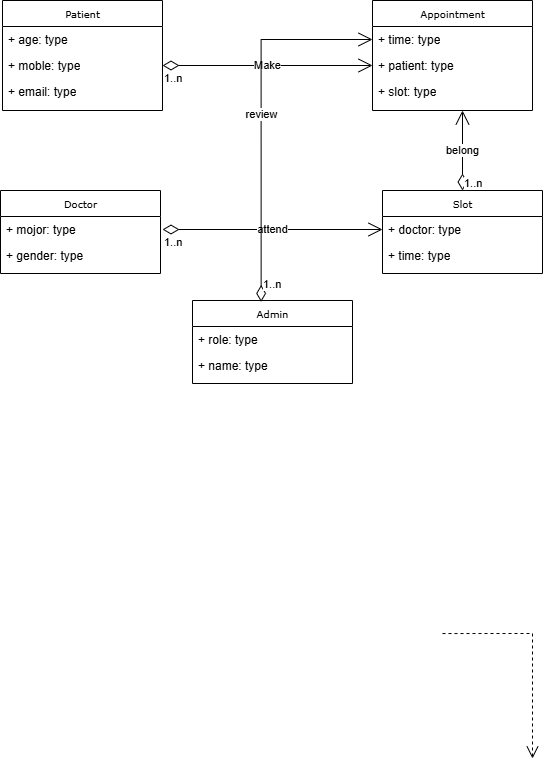
Earlier version of the draw.io export MSE800/weekactivity/week5activity4_class_diagram.drawio.png (Shawn-Xi/MSE). Source tidied: cells renumbered, new cells last; positions are measured from the earlier drawing's top-left corner, leaving out a move shared by most shapes.
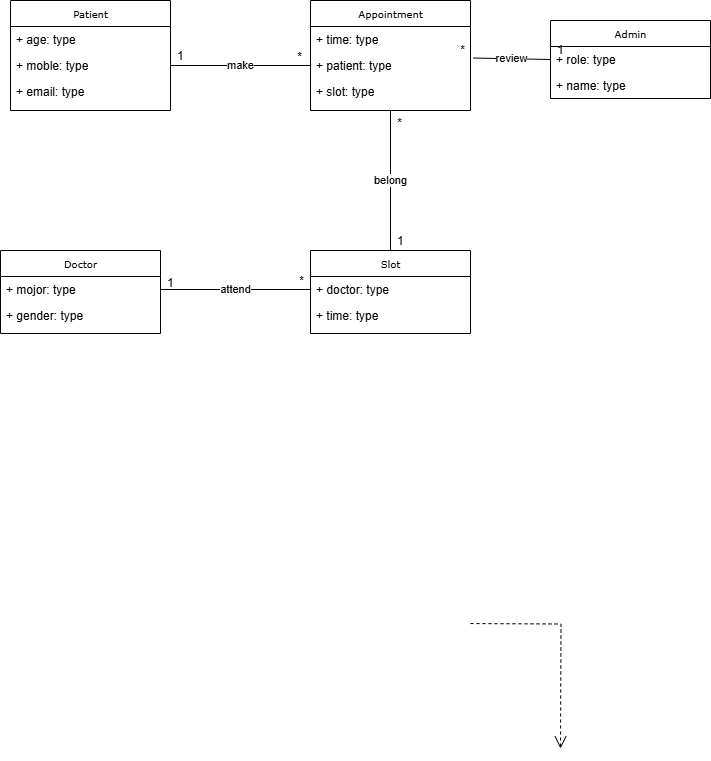
Above is the later version.

Commit message:
MSE800 week5 activity4

Diff of the diagram source:
```diff
@@ -9,7 +9,7 @@
       </mxGeometry>
     </mxCell>
     <mxCell id="3" value="Patient" style="swimlane;html=1;fontStyle=0;horizontal=1;startSize=26;fillColor=none;swimlaneFillColor=#ffffff;rounded=0;shadow=0;comic=0;labelBackgroundColor=none;strokeWidth=1;fontFamily=Verdana;fontSize=10;align=center;" parent="1" vertex="1">
-      <mxGeometry x="2" width="160" height="110" as="geometry" />
+      <mxGeometry x="-18" y="10" width="160" height="110" as="geometry" />
     </mxCell>
     <mxCell id="4" value="+ age: type" style="text;html=1;strokeColor=none;fillColor=none;align=left;verticalAlign=top;spacingLeft=4;spacingRight=4;whiteSpace=wrap;overflow=hidden;" parent="3" vertex="1">
       <mxGeometry y="26" width="160" height="26" as="geometry" />
@@ -21,7 +21,7 @@
       <mxGeometry y="78" width="160" height="26" as="geometry" />
     </mxCell>
     <mxCell id="7" value="Appointment" style="swimlane;html=1;fontStyle=0;horizontal=1;startSize=26;fillColor=none;swimlaneFillColor=#ffffff;rounded=0;shadow=0;comic=0;labelBackgroundColor=none;strokeWidth=1;fontFamily=Verdana;fontSize=10;align=center;" parent="1" vertex="1">
-      <mxGeometry x="372" width="160" height="110" as="geometry" />
+      <mxGeometry x="282" y="10" width="160" height="110" as="geometry" />
     </mxCell>
     <mxCell id="8" value="+ time: type" style="text;html=1;strokeColor=none;fillColor=none;align=left;verticalAlign=top;spacingLeft=4;spacingRight=4;whiteSpace=wrap;overflow=hidden;points=[[0,0.5],[1,0.5]];portConstraint=eastwest;" parent="7" vertex="1">
       <mxGeometry y="26" width="160" height="26" as="geometry" />
@@ -32,13 +32,13 @@
     <mxCell id="10" value="+ slot: type" style="text;html=1;strokeColor=none;fillColor=none;align=left;verticalAlign=top;spacingLeft=4;spacingRight=4;whiteSpace=wrap;overflow=hidden;" parent="7" vertex="1">
       <mxGeometry y="78" width="160" height="26" as="geometry" />
     </mxCell>
-    <mxCell id="11" style="edgeStyle=orthogonalEdgeStyle;rounded=0;html=1;dashed=1;labelBackgroundColor=none;startFill=0;endArrow=open;endFill=0;endSize=10;fontFamily=Verdana;fontSize=10;" parent="1" edge="1" target="x">
+    <mxCell id="11" style="edgeStyle=orthogonalEdgeStyle;rounded=0;html=1;dashed=1;labelBackgroundColor=none;startFill=0;endArrow=open;endFill=0;endSize=10;fontFamily=Verdana;fontSize=10;" parent="1" edge="1">
       <mxGeometry relative="1" as="geometry">
         <mxPoint x="532" y="868" as="sourcePoint" />
       </mxGeometry>
     </mxCell>
     <mxCell id="12" value="Doctor" style="swimlane;html=1;fontStyle=0;horizontal=1;startSize=26;fillColor=none;swimlaneFillColor=#ffffff;rounded=0;shadow=0;comic=0;labelBackgroundColor=none;strokeWidth=1;fontFamily=Verdana;fontSize=10;align=center;" parent="1" vertex="1">
-      <mxGeometry y="190" width="160" height="83" as="geometry" />
+      <mxGeometry x="-28" y="260" width="160" height="83" as="geometry" />
     </mxCell>
     <mxCell id="13" value="+ mojor: type" style="text;html=1;strokeColor=none;fillColor=none;align=left;verticalAlign=top;spacingLeft=4;spacingRight=4;whiteSpace=wrap;overflow=hidden;points=[[0,0.5],[1,0.5]];portConstraint=eastwest;" parent="12" vertex="1">
       <mxGeometry y="26" width="160" height="26" as="geometry" />
@@ -46,7 +46,7 @@
     <mxCell id="14" value="+ gender: type" style="text;html=1;strokeColor=none;fillColor=none;align=left;verticalAlign=top;spacingLeft=4;spacingRight=4;whiteSpace=wrap;overflow=hidden;" parent="12" vertex="1">
       <mxGeometry y="52" width="160" height="26" as="geometry" />
     </mxCell>
-    <mxCell id="15" style="edgeStyle=orthogonalEdgeStyle;rounded=0;html=1;dashed=1;labelBackgroundColor=none;startFill=0;endArrow=open;endFill=0;endSize=10;fontFamily=Verdana;fontSize=10;" parent="1" edge="1" target="x">
+    <mxCell id="15" style="edgeStyle=orthogonalEdgeStyle;rounded=0;html=1;dashed=1;labelBackgroundColor=none;startFill=0;endArrow=open;endFill=0;endSize=10;fontFamily=Verdana;fontSize=10;" parent="1" edge="1">
       <mxGeometry relative="1" as="geometry">
         <mxPoint x="347" y="883" as="sourcePoint" />
         <Array as="points">
@@ -55,7 +55,7 @@
         </Array>
       </mxGeometry>
     </mxCell>
-    <mxCell id="16" style="edgeStyle=orthogonalEdgeStyle;rounded=0;html=1;dashed=1;labelBackgroundColor=none;startFill=0;endArrow=open;endFill=0;endSize=10;fontFamily=Verdana;fontSize=10;" parent="1" edge="1" target="x">
+    <mxCell id="16" style="edgeStyle=orthogonalEdgeStyle;rounded=0;html=1;dashed=1;labelBackgroundColor=none;startFill=0;endArrow=open;endFill=0;endSize=10;fontFamily=Verdana;fontSize=10;" parent="1" edge="1">
       <mxGeometry relative="1" as="geometry">
         <mxPoint x="182" y="949" as="sourcePoint" />
         <Array as="points">
@@ -65,7 +65,7 @@
       </mxGeometry>
     </mxCell>
     <mxCell id="17" value="Slot" style="swimlane;html=1;fontStyle=0;horizontal=1;startSize=26;fillColor=none;swimlaneFillColor=#ffffff;rounded=0;shadow=0;comic=0;labelBackgroundColor=none;strokeWidth=1;fontFamily=Verdana;fontSize=10;align=center;" parent="1" vertex="1">
-      <mxGeometry x="382" y="190" width="160" height="83" as="geometry" />
+      <mxGeometry x="282" y="260" width="160" height="83" as="geometry" />
     </mxCell>
     <mxCell id="18" value="+ doctor: type" style="text;html=1;strokeColor=none;fillColor=none;align=left;verticalAlign=top;spacingLeft=4;spacingRight=4;whiteSpace=wrap;overflow=hidden;points=[[0,0.5],[1,0.5]];portConstraint=eastwest;" parent="17" vertex="1">
       <mxGeometry y="26" width="160" height="26" as="geometry" />
@@ -73,32 +73,8 @@
     <mxCell id="19" value="+ time: type" style="text;html=1;strokeColor=none;fillColor=none;align=left;verticalAlign=top;spacingLeft=4;spacingRight=4;whiteSpace=wrap;overflow=hidden;" parent="17" vertex="1">
       <mxGeometry y="52" width="160" height="26" as="geometry" />
     </mxCell>
-    <mxCell id="20" value="Make" style="endArrow=open;html=1;endSize=12;startArrow=diamondThin;startSize=14;startFill=0;edgeStyle=orthogonalEdgeStyle;rounded=0;exitX=1;exitY=0.5;exitDx=0;exitDy=0;entryX=0;entryY=0.5;entryDx=0;entryDy=0;" parent="1" edge="1" source="5" target="9">
-      <mxGeometry relative="1" as="geometry" />
-    </mxCell>
-    <mxCell id="21" value="1..n" style="edgeLabel;html=1;align=left;verticalAlign=top;" parent="20" vertex="1">
-      <mxGeometry x="-1" relative="1" as="geometry" />
-    </mxCell>
-    <mxCell id="22" value="belong" style="endArrow=open;html=1;endSize=12;startArrow=diamondThin;startSize=14;startFill=0;edgeStyle=orthogonalEdgeStyle;rounded=0;exitX=0.5;exitY=0;exitDx=0;exitDy=0;" parent="1" edge="1" source="17">
-      <mxGeometry relative="1" as="geometry">
-        <mxPoint x="462" y="110" as="targetPoint" />
-      </mxGeometry>
-    </mxCell>
-    <mxCell id="23" value="1..n" style="edgeLabel;html=1;align=left;verticalAlign=top;" parent="22" vertex="1">
-      <mxGeometry x="-1" relative="1" as="geometry">
-        <mxPoint y="-20" as="offset" />
-      </mxGeometry>
-    </mxCell>
-    <mxCell id="24" value="attend" style="endArrow=open;html=1;endSize=12;startArrow=diamondThin;startSize=14;startFill=0;edgeStyle=orthogonalEdgeStyle;rounded=0;entryX=0;entryY=0.5;entryDx=0;entryDy=0;" parent="1" edge="1" target="18">
-      <mxGeometry relative="1" as="geometry">
-        <mxPoint x="162" y="229" as="sourcePoint" />
-      </mxGeometry>
-    </mxCell>
-    <mxCell id="25" value="1..n" style="edgeLabel;html=1;align=left;verticalAlign=top;" parent="24" vertex="1">
-      <mxGeometry x="-1" relative="1" as="geometry" />
-    </mxCell>
     <mxCell id="26" value="Admin" style="swimlane;html=1;fontStyle=0;horizontal=1;startSize=26;fillColor=none;swimlaneFillColor=#ffffff;rounded=0;shadow=0;comic=0;labelBackgroundColor=none;strokeWidth=1;fontFamily=Verdana;fontSize=10;align=center;" parent="1" vertex="1">
-      <mxGeometry x="192" y="300" width="160" height="83" as="geometry" />
+      <mxGeometry x="522" y="30" width="160" height="78" as="geometry" />
     </mxCell>
     <mxCell id="27" value="+ role: type" style="text;html=1;strokeColor=none;fillColor=none;align=left;verticalAlign=top;spacingLeft=4;spacingRight=4;whiteSpace=wrap;overflow=hidden;points=[[0,0.5],[1,0.5]];portConstraint=eastwest;" parent="26" vertex="1">
       <mxGeometry y="26" width="160" height="26" as="geometry" />
@@ -106,13 +82,57 @@
     <mxCell id="28" value="+ name: type" style="text;html=1;strokeColor=none;fillColor=none;align=left;verticalAlign=top;spacingLeft=4;spacingRight=4;whiteSpace=wrap;overflow=hidden;" parent="26" vertex="1">
       <mxGeometry y="52" width="160" height="26" as="geometry" />
     </mxCell>
+    <mxCell id="20" value="make" style="endArrow=none;html=1;rounded=0;entryX=0;entryY=0.5;entryDx=0;entryDy=0;exitX=1;exitY=0.5;exitDx=0;exitDy=0;" parent="1" edge="1" source="5" target="9">
+      <mxGeometry relative="1" as="geometry" />
+    </mxCell>
+    <mxCell id="31" value="1" style="html=1;whiteSpace=wrap;align=left;verticalAlign=bottom;" parent="20" vertex="1">
+      <mxGeometry x="-1" relative="1" as="geometry">
+        <mxPoint x="5" y="-1" as="offset" />
+      </mxGeometry>
+    </mxCell>
+    <mxCell id="32" value="*" style="html=1;whiteSpace=wrap;align=right;verticalAlign=bottom;" parent="20" vertex="1">
+      <mxGeometry x="1" relative="1" as="geometry">
+        <mxPoint x="-7" as="offset" />
+      </mxGeometry>
+    </mxCell>
+    <mxCell id="24" value="attend" style="endArrow=none;html=1;rounded=0;entryX=0;entryY=0.5;entryDx=0;entryDy=0;exitX=1;exitY=0.5;exitDx=0;exitDy=0;" parent="1" edge="1" source="13" target="18">
+      <mxGeometry relative="1" as="geometry" />
+    </mxCell>
+    <mxCell id="33" value="1" style="html=1;whiteSpace=wrap;align=left;verticalAlign=bottom;" parent="24" vertex="1">
+      <mxGeometry x="-1" relative="1" as="geometry">
+        <mxPoint x="5" y="2" as="offset" />
+      </mxGeometry>
+    </mxCell>
+    <mxCell id="34" value="*" style="html=1;whiteSpace=wrap;align=right;verticalAlign=bottom;" parent="24" vertex="1">
+      <mxGeometry x="1" relative="1" as="geometry">
+        <mxPoint x="-5" as="offset" />
+      </mxGeometry>
+    </mxCell>
-    <mxCell id="29" value="review" style="endArrow=open;html=1;endSize=12;startArrow=diamondThin;startSize=14;startFill=0;edgeStyle=orthogonalEdgeStyle;rounded=0;exitX=0.429;exitY=0.017;exitDx=0;exitDy=0;exitPerimeter=0;entryX=0;entryY=0.5;entryDx=0;entryDy=0;" parent="1" edge="1" source="26" target="8">
+    <mxCell id="29" value="review" style="endArrow=none;html=1;rounded=0;entryX=1.016;entryY=0.212;entryDx=0;entryDy=0;exitX=0;exitY=0.5;exitDx=0;exitDy=0;entryPerimeter=0;" parent="1" edge="1" source="27" target="9">
       <mxGeometry relative="1" as="geometry" />
     </mxCell>
-    <mxCell id="30" value="1..n" style="edgeLabel;html=1;align=left;verticalAlign=top;" parent="29" vertex="1">
-      <mxGeometry x="-1" relative="1" as="geometry">
-        <mxPoint y="-30" as="offset" />
-      </mxGeometry>
-    </mxCell>
+    <mxCell id="35" value="1" style="html=1;whiteSpace=wrap;align=left;verticalAlign=bottom;" parent="29" vertex="1">
+      <mxGeometry x="-1" relative="1" as="geometry">
+        <mxPoint x="5" y="-1" as="offset" />
+      </mxGeometry>
+    </mxCell>
+    <mxCell id="36" value="*" style="html=1;whiteSpace=wrap;align=right;verticalAlign=bottom;" parent="29" vertex="1">
+      <mxGeometry x="1" relative="1" as="geometry">
+        <mxPoint x="-7" as="offset" />
+      </mxGeometry>
+    </mxCell>
+    <mxCell id="22" value="belong" style="endArrow=none;html=1;rounded=0;entryX=0.5;entryY=1;entryDx=0;entryDy=0;" parent="1" edge="1" source="17" target="7">
+      <mxGeometry relative="1" as="geometry" />
+    </mxCell>
+    <mxCell id="37" value="1" style="html=1;whiteSpace=wrap;align=left;verticalAlign=bottom;" parent="22" vertex="1">
+      <mxGeometry x="-1" relative="1" as="geometry">
+        <mxPoint x="5" y="-1" as="offset" />
+      </mxGeometry>
+    </mxCell>
+    <mxCell id="38" value="*" style="html=1;whiteSpace=wrap;align=right;verticalAlign=bottom;" parent="22" vertex="1">
+      <mxGeometry x="1" relative="1" as="geometry">
+        <mxPoint x="13" y="21" as="offset" />
+      </mxGeometry>
+    </mxCell>
   </root>
 </mxGraphModel>
```
